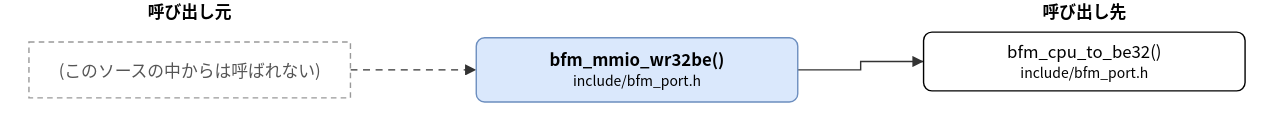
Before: doc/spec/images/call_include_bfm_port__bfm_mmio_wr32be.drawio.svg, a diagram exported from draw.io (hf355051012-ai/bfmem). Source tidied: cells renumbered, new cells last; positions are measured from the earlier drawing's top-left corner, leaving out a move shared by most shapes. Its diagram source:
```xml
<mxGraphModel>
  <root>
    <mxCell id="0" />
    <mxCell id="1" parent="0" />
    <mxCell id="2" value="bfm_mmio_wr32be()&lt;br&gt;&lt;font style=&quot;font-size:10px&quot;&gt;include/bfm_port.h&lt;/font&gt;" style="rounded=1;whiteSpace=wrap;html=1;fillColor=#dae8fc;strokeColor=#6c8ebf;fontStyle=1;" parent="1" vertex="1">
      <mxGeometry x="320" y="27" width="230" height="46" as="geometry" />
    </mxCell>
    <mxCell id="3" value="bfm_cpu_to_be32()&lt;br&gt;&lt;font style=&quot;font-size:10px&quot;&gt;include/bfm_port.h&lt;/font&gt;" style="rounded=1;whiteSpace=wrap;html=1;" parent="1" vertex="1">
      <mxGeometry x="640" y="23" width="230" height="42" as="geometry" />
    </mxCell>
    <mxCell id="4" value="(このソースの中からは呼ばれない)" style="rounded=0;whiteSpace=wrap;html=1;dashed=1;strokeColor=#999999;fontColor=#555555;dashed=1;" parent="1" vertex="1">
      <mxGeometry y="30" width="230" height="40" as="geometry" />
    </mxCell>
    <mxCell id="5" style="edgeStyle=none;html=1;rounded=0;endArrow=block;endFill=1;exitX=1.0000;exitY=0.5000;exitDx=0;exitDy=0;exitPerimeter=0;entryX=0.0000;entryY=0.5000;entryDx=0;entryDy=0;entryPerimeter=0;" parent="1" edge="1" source="2" target="3">
      <mxGeometry relative="1" as="geometry">
        <Array as="points">
          <mxPoint x="595" y="50" />
          <mxPoint x="595" y="44" />
        </Array>
      </mxGeometry>
    </mxCell>
    <mxCell id="6" style="edgeStyle=none;html=1;rounded=0;endArrow=block;endFill=1;exitX=1.0000;exitY=0.5000;exitDx=0;exitDy=0;exitPerimeter=0;entryX=0.0000;entryY=0.5000;entryDx=0;entryDy=0;entryPerimeter=0;dashed=1;" parent="1" edge="1" source="4" target="2">
      <mxGeometry relative="1" as="geometry" />
    </mxCell>
    <mxCell id="7" value="呼び出し元" style="text;html=1;align=center;fontStyle=1;" parent="1" vertex="1">
      <mxGeometry x="35" width="160" height="18" as="geometry" />
    </mxCell>
    <mxCell id="8" value="呼び出し先" style="text;html=1;align=center;fontStyle=1;" parent="1" vertex="1">
      <mxGeometry x="675" width="160" height="18" as="geometry" />
    </mxCell>
  </root>
</mxGraphModel>
```
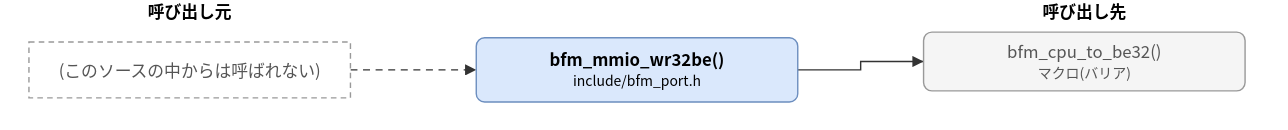
After the commit.

What changed in the source:
```diff
@@ -5,7 +5,7 @@
     <mxCell id="2" value="bfm_mmio_wr32be()&lt;br&gt;&lt;font style=&quot;font-size:10px&quot;&gt;include/bfm_port.h&lt;/font&gt;" style="rounded=1;whiteSpace=wrap;html=1;fillColor=#dae8fc;strokeColor=#6c8ebf;fontStyle=1;" parent="1" vertex="1">
       <mxGeometry x="320" y="27" width="230" height="46" as="geometry" />
     </mxCell>
-    <mxCell id="3" value="bfm_cpu_to_be32()&lt;br&gt;&lt;font style=&quot;font-size:10px&quot;&gt;include/bfm_port.h&lt;/font&gt;" style="rounded=1;whiteSpace=wrap;html=1;" parent="1" vertex="1">
+    <mxCell id="3" value="bfm_cpu_to_be32()&lt;br&gt;&lt;font style=&quot;font-size:10px&quot;&gt;マクロ(バリア)&lt;/font&gt;" style="rounded=1;whiteSpace=wrap;html=1;fillColor=#f5f5f5;strokeColor=#999999;fontColor=#555555;" parent="1" vertex="1">
       <mxGeometry x="640" y="23" width="230" height="42" as="geometry" />
     </mxCell>
     <mxCell id="4" value="(このソースの中からは呼ばれない)" style="rounded=0;whiteSpace=wrap;html=1;dashed=1;strokeColor=#999999;fontColor=#555555;dashed=1;" parent="1" vertex="1">
```
